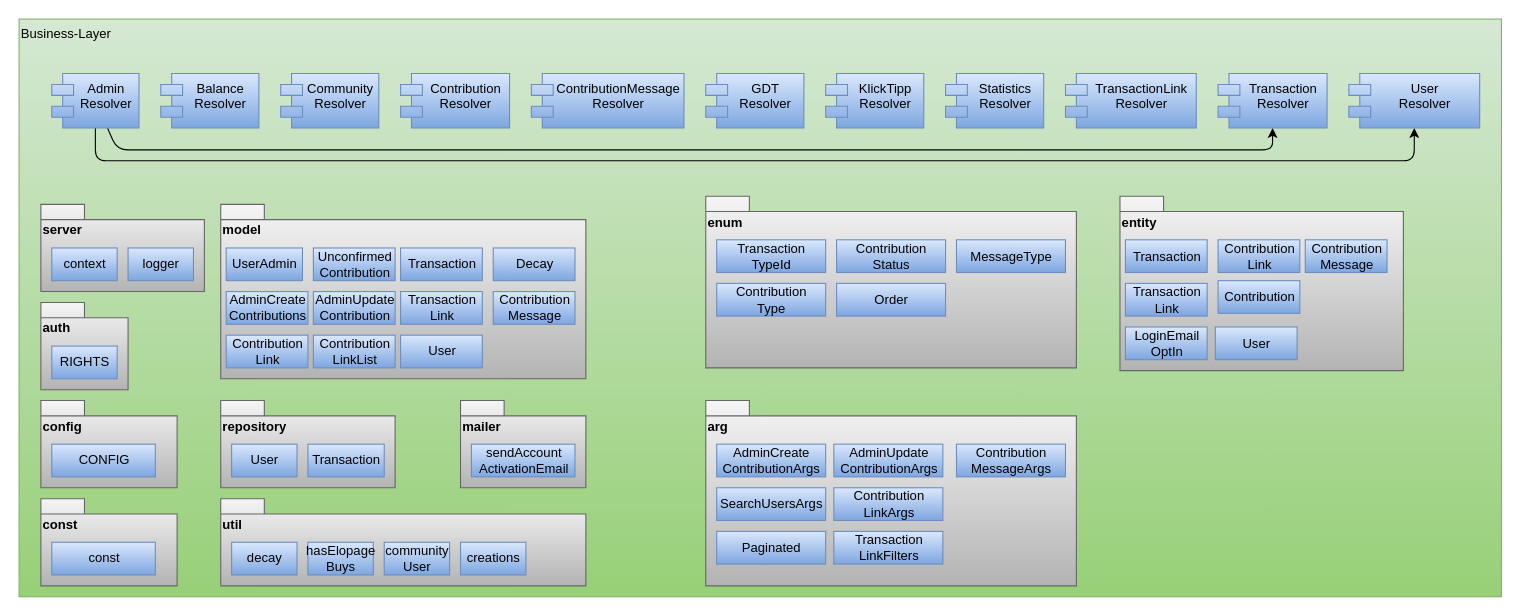
Earlier version of the draw.io diagram docu/Concepts/TechnicalRequirements/graphics/BusinessLayer-IST.drawio (gradido/gradido). Source tidied: cells renumbered, new cells numbered last; positions are measured from the earlier drawing's top-left corner, leaving out a move shared by most shapes. Both pictures are drawn from the tidied source at 109%, with x=0, y=0 at pixel (19, 19).
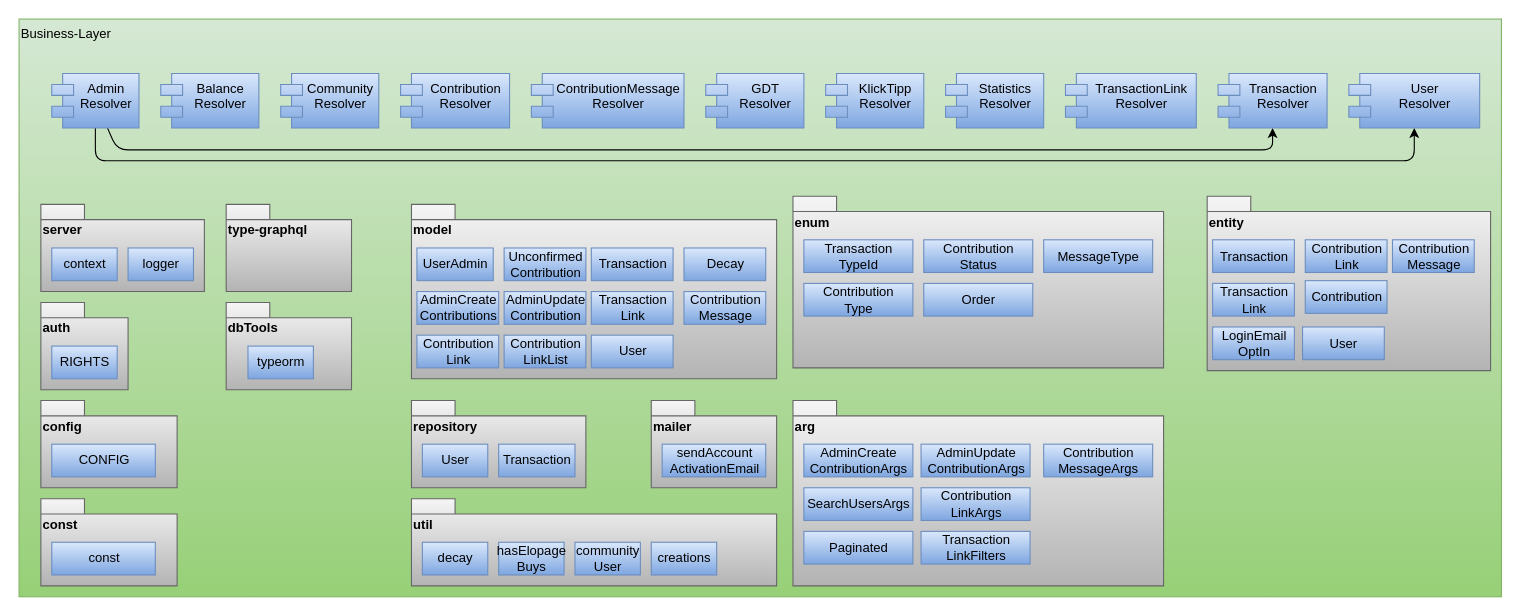
Above is the later version.

The edit, as a diff of the source:
```diff
@@
     <mxCell id="19" value="model" style="shape=folder;fontStyle=1;spacingTop=10;tabWidth=40;tabHeight=14;tabPosition=left;html=1;align=left;verticalAlign=top;fillColor=#f5f5f5;gradientColor=#b3b3b3;strokeColor=#666666;" parent="1" vertex="1">
-      <mxGeometry x="185" y="170" width="335" height="160" as="geometry" />
+      <mxGeometry x="360" y="170" width="335" height="160" as="geometry" />
     </mxCell>
     <mxCell id="20" value="UserAdmin" style="html=1;fillColor=#dae8fc;gradientColor=#7ea6e0;strokeColor=#6c8ebf;" parent="1" vertex="1">
-      <mxGeometry x="190" y="210" width="70" height="30" as="geometry" />
+      <mxGeometry x="365" y="210" width="70" height="30" as="geometry" />
     </mxCell>
     <mxCell id="21" value="Unconfirmed&lt;br&gt;Contribution" style="html=1;fillColor=#dae8fc;gradientColor=#7ea6e0;strokeColor=#6c8ebf;" parent="1" vertex="1">
-      <mxGeometry x="270" y="210" width="75" height="30" as="geometry" />
+      <mxGeometry x="445" y="210" width="75" height="30" as="geometry" />
     </mxCell>
     <mxCell id="22" value="AdminCreate&lt;br&gt;Contributions" style="html=1;fillColor=#dae8fc;gradientColor=#7ea6e0;strokeColor=#6c8ebf;" parent="1" vertex="1">
-      <mxGeometry x="190" y="250" width="75" height="30" as="geometry" />
+      <mxGeometry x="365" y="250" width="75" height="30" as="geometry" />
     </mxCell>
     <mxCell id="23" value="AdminUpdate&lt;br&gt;Contribution" style="html=1;fillColor=#dae8fc;gradientColor=#7ea6e0;strokeColor=#6c8ebf;" parent="1" vertex="1">
-      <mxGeometry x="270" y="250" width="75" height="30" as="geometry" />
+      <mxGeometry x="445" y="250" width="75" height="30" as="geometry" />
     </mxCell>
     <mxCell id="24" value="Contribution&lt;br&gt;Link" style="html=1;fillColor=#dae8fc;gradientColor=#7ea6e0;strokeColor=#6c8ebf;" parent="1" vertex="1">
-      <mxGeometry x="190" y="290" width="75" height="30" as="geometry" />
+      <mxGeometry x="365" y="290" width="75" height="30" as="geometry" />
     </mxCell>
     <mxCell id="25" value="Contribution&lt;br&gt;LinkList" style="html=1;fillColor=#dae8fc;gradientColor=#7ea6e0;strokeColor=#6c8ebf;" parent="1" vertex="1">
-      <mxGeometry x="270" y="290" width="75" height="30" as="geometry" />
+      <mxGeometry x="445" y="290" width="75" height="30" as="geometry" />
     </mxCell>
@@
     <mxCell id="28" value="repository" style="shape=folder;fontStyle=1;spacingTop=10;tabWidth=40;tabHeight=14;tabPosition=left;html=1;align=left;verticalAlign=top;fillColor=#f5f5f5;gradientColor=#b3b3b3;strokeColor=#666666;" parent="1" vertex="1">
-      <mxGeometry x="185" y="350" width="160" height="80" as="geometry" />
+      <mxGeometry x="360" y="350" width="160" height="80" as="geometry" />
     </mxCell>
     <mxCell id="29" value="User" style="html=1;fillColor=#dae8fc;gradientColor=#7ea6e0;strokeColor=#6c8ebf;" parent="1" vertex="1">
-      <mxGeometry x="195" y="390" width="60" height="30" as="geometry" />
+      <mxGeometry x="370" y="390" width="60" height="30" as="geometry" />
     </mxCell>
     <mxCell id="30" value="arg" style="shape=folder;fontStyle=1;spacingTop=10;tabWidth=40;tabHeight=14;tabPosition=left;html=1;align=left;verticalAlign=top;fillColor=#f5f5f5;gradientColor=#b3b3b3;strokeColor=#666666;" parent="1" vertex="1">
-      <mxGeometry x="630" y="350" width="340" height="170" as="geometry" />
+      <mxGeometry x="710" y="350" width="340" height="170" as="geometry" />
     </mxCell>
     <mxCell id="31" value="AdminCreate&lt;br&gt;ContributionArgs" style="html=1;fillColor=#dae8fc;gradientColor=#7ea6e0;strokeColor=#6c8ebf;" parent="1" vertex="1">
-      <mxGeometry x="640" y="390" width="100" height="30" as="geometry" />
+      <mxGeometry x="720" y="390" width="100" height="30" as="geometry" />
     </mxCell>
     <mxCell id="32" value="AdminUpdate&lt;br&gt;ContributionArgs" style="html=1;fillColor=#dae8fc;gradientColor=#7ea6e0;strokeColor=#6c8ebf;" parent="1" vertex="1">
-      <mxGeometry x="747.5" y="390" width="100" height="30" as="geometry" />
+      <mxGeometry x="827.5" y="390" width="100" height="30" as="geometry" />
     </mxCell>
     <mxCell id="33" value="SearchUsersArgs" style="html=1;fillColor=#dae8fc;gradientColor=#7ea6e0;strokeColor=#6c8ebf;" parent="1" vertex="1">
-      <mxGeometry x="640" y="430" width="100" height="30" as="geometry" />
+      <mxGeometry x="720" y="430" width="100" height="30" as="geometry" />
     </mxCell>
     <mxCell id="34" value="Contribution&lt;br&gt;LinkArgs" style="html=1;fillColor=#dae8fc;gradientColor=#7ea6e0;strokeColor=#6c8ebf;" parent="1" vertex="1">
-      <mxGeometry x="747.5" y="430" width="100" height="30" as="geometry" />
+      <mxGeometry x="827.5" y="430" width="100" height="30" as="geometry" />
     </mxCell>
     <mxCell id="35" value="entity" style="shape=folder;fontStyle=1;spacingTop=10;tabWidth=40;tabHeight=14;tabPosition=left;html=1;align=left;verticalAlign=top;fillColor=#f5f5f5;gradientColor=#b3b3b3;strokeColor=#666666;" parent="1" vertex="1">
-      <mxGeometry x="1010" y="162.5" width="260" height="160" as="geometry" />
+      <mxGeometry x="1090" y="162.5" width="260" height="160" as="geometry" />
     </mxCell>
     <mxCell id="36" value="Transaction" style="html=1;fillColor=#dae8fc;gradientColor=#7ea6e0;strokeColor=#6c8ebf;" parent="1" vertex="1">
-      <mxGeometry x="1015" y="202.5" width="75" height="30" as="geometry" />
+      <mxGeometry x="1095" y="202.5" width="75" height="30" as="geometry" />
     </mxCell>
     <mxCell id="37" value="Contribution&lt;br&gt;Link" style="html=1;fillColor=#dae8fc;gradientColor=#7ea6e0;strokeColor=#6c8ebf;" parent="1" vertex="1">
-      <mxGeometry x="1100" y="202.5" width="75" height="30" as="geometry" />
+      <mxGeometry x="1180" y="202.5" width="75" height="30" as="geometry" />
     </mxCell>
     <mxCell id="38" value="Transaction&lt;br&gt;Link" style="html=1;fillColor=#dae8fc;gradientColor=#7ea6e0;strokeColor=#6c8ebf;" parent="1" vertex="1">
-      <mxGeometry x="1015" y="242.5" width="75" height="30" as="geometry" />
+      <mxGeometry x="1095" y="242.5" width="75" height="30" as="geometry" />
     </mxCell>
     <mxCell id="39" value="Transaction" style="html=1;fillColor=#dae8fc;gradientColor=#7ea6e0;strokeColor=#6c8ebf;" parent="1" vertex="1">
-      <mxGeometry x="350" y="210" width="75" height="30" as="geometry" />
+      <mxGeometry x="525" y="210" width="75" height="30" as="geometry" />
     </mxCell>
     <mxCell id="40" value="Transaction&lt;br&gt;Link" style="html=1;fillColor=#dae8fc;gradientColor=#7ea6e0;strokeColor=#6c8ebf;" parent="1" vertex="1">
-      <mxGeometry x="350" y="250" width="75" height="30" as="geometry" />
+      <mxGeometry x="525" y="250" width="75" height="30" as="geometry" />
     </mxCell>
     <mxCell id="41" value="Transaction" style="html=1;fillColor=#dae8fc;gradientColor=#7ea6e0;strokeColor=#6c8ebf;" parent="1" vertex="1">
-      <mxGeometry x="265" y="390" width="70" height="30" as="geometry" />
+      <mxGeometry x="440" y="390" width="70" height="30" as="geometry" />
     </mxCell>
     <mxCell id="42" value="util" style="shape=folder;fontStyle=1;spacingTop=10;tabWidth=40;tabHeight=14;tabPosition=left;html=1;align=left;verticalAlign=top;fillColor=#f5f5f5;gradientColor=#b3b3b3;strokeColor=#666666;" parent="1" vertex="1">
-      <mxGeometry x="185" y="440" width="335" height="80" as="geometry" />
+      <mxGeometry x="360" y="440" width="335" height="80" as="geometry" />
     </mxCell>
     <mxCell id="43" value="decay" style="html=1;fillColor=#dae8fc;gradientColor=#7ea6e0;strokeColor=#6c8ebf;" parent="1" vertex="1">
-      <mxGeometry x="195" y="480" width="60" height="30" as="geometry" />
+      <mxGeometry x="370" y="480" width="60" height="30" as="geometry" />
     </mxCell>
     <mxCell id="44" value="Contribution" style="html=1;fillColor=#dae8fc;gradientColor=#7ea6e0;strokeColor=#6c8ebf;" parent="1" vertex="1">
-      <mxGeometry x="1100" y="240" width="75" height="30" as="geometry" />
+      <mxGeometry x="1180" y="240" width="75" height="30" as="geometry" />
     </mxCell>
     <mxCell id="45" value="hasElopage&lt;br&gt;Buys" style="html=1;fillColor=#dae8fc;gradientColor=#7ea6e0;strokeColor=#6c8ebf;" parent="1" vertex="1">
-      <mxGeometry x="265" y="480" width="60" height="30" as="geometry" />
+      <mxGeometry x="440" y="480" width="60" height="30" as="geometry" />
     </mxCell>
     <mxCell id="46" value="LoginEmail&lt;br&gt;OptIn" style="html=1;fillColor=#dae8fc;gradientColor=#7ea6e0;strokeColor=#6c8ebf;" parent="1" vertex="1">
-      <mxGeometry x="1015" y="282.5" width="75" height="30" as="geometry" />
+      <mxGeometry x="1095" y="282.5" width="75" height="30" as="geometry" />
     </mxCell>
     <mxCell id="47" value="User" style="html=1;fillColor=#dae8fc;gradientColor=#7ea6e0;strokeColor=#6c8ebf;" parent="1" vertex="1">
-      <mxGeometry x="1097.5" y="282.5" width="75" height="30" as="geometry" />
+      <mxGeometry x="1177.5" y="282.5" width="75" height="30" as="geometry" />
     </mxCell>
     <mxCell id="48" value="User" style="html=1;fillColor=#dae8fc;gradientColor=#7ea6e0;strokeColor=#6c8ebf;" parent="1" vertex="1">
-      <mxGeometry x="350" y="290" width="75" height="30" as="geometry" />
+      <mxGeometry x="525" y="290" width="75" height="30" as="geometry" />
     </mxCell>
     <mxCell id="49" value="enum" style="shape=folder;fontStyle=1;spacingTop=10;tabWidth=40;tabHeight=14;tabPosition=left;html=1;align=left;verticalAlign=top;fillColor=#f5f5f5;gradientColor=#b3b3b3;strokeColor=#666666;" parent="1" vertex="1">
-      <mxGeometry x="630" y="162.5" width="340" height="157.5" as="geometry" />
+      <mxGeometry x="710" y="162.5" width="340" height="157.5" as="geometry" />
     </mxCell>
     <mxCell id="50" value="Transaction&lt;br&gt;TypeId" style="html=1;fillColor=#dae8fc;gradientColor=#7ea6e0;strokeColor=#6c8ebf;" parent="1" vertex="1">
-      <mxGeometry x="640" y="202.5" width="100" height="30" as="geometry" />
+      <mxGeometry x="720" y="202.5" width="100" height="30" as="geometry" />
     </mxCell>
     <mxCell id="51" value="Contribution&lt;br&gt;Type" style="html=1;fillColor=#dae8fc;gradientColor=#7ea6e0;strokeColor=#6c8ebf;" parent="1" vertex="1">
-      <mxGeometry x="640" y="242.5" width="100" height="30" as="geometry" />
+      <mxGeometry x="720" y="242.5" width="100" height="30" as="geometry" />
     </mxCell>
     <mxCell id="52" value="Contribution&lt;br&gt;Status" style="html=1;fillColor=#dae8fc;gradientColor=#7ea6e0;strokeColor=#6c8ebf;" parent="1" vertex="1">
-      <mxGeometry x="750" y="202.5" width="100" height="30" as="geometry" />
+      <mxGeometry x="830" y="202.5" width="100" height="30" as="geometry" />
     </mxCell>
     <mxCell id="53" value="Decay" style="html=1;fillColor=#dae8fc;gradientColor=#7ea6e0;strokeColor=#6c8ebf;" parent="1" vertex="1">
-      <mxGeometry x="435" y="210" width="75" height="30" as="geometry" />
+      <mxGeometry x="610" y="210" width="75" height="30" as="geometry" />
     </mxCell>
     <mxCell id="54" value="Paginated" style="html=1;fillColor=#dae8fc;gradientColor=#7ea6e0;strokeColor=#6c8ebf;" parent="1" vertex="1">
-      <mxGeometry x="640" y="470" width="100" height="30" as="geometry" />
+      <mxGeometry x="720" y="470" width="100" height="30" as="geometry" />
     </mxCell>
     <mxCell id="55" value="Transaction&lt;br&gt;LinkFilters" style="html=1;fillColor=#dae8fc;gradientColor=#7ea6e0;strokeColor=#6c8ebf;" parent="1" vertex="1">
-      <mxGeometry x="747.5" y="470" width="100" height="30" as="geometry" />
+      <mxGeometry x="827.5" y="470" width="100" height="30" as="geometry" />
     </mxCell>
     <mxCell id="56" value="Order" style="html=1;fillColor=#dae8fc;gradientColor=#7ea6e0;strokeColor=#6c8ebf;" parent="1" vertex="1">
-      <mxGeometry x="750" y="242.5" width="100" height="30" as="geometry" />
+      <mxGeometry x="830" y="242.5" width="100" height="30" as="geometry" />
     </mxCell>
     <mxCell id="57" value="community&lt;br&gt;User" style="html=1;fillColor=#dae8fc;gradientColor=#7ea6e0;strokeColor=#6c8ebf;" parent="1" vertex="1">
-      <mxGeometry x="335" y="480" width="60" height="30" as="geometry" />
+      <mxGeometry x="510" y="480" width="60" height="30" as="geometry" />
     </mxCell>
     <mxCell id="58" value="mailer" style="shape=folder;fontStyle=1;spacingTop=10;tabWidth=40;tabHeight=14;tabPosition=left;html=1;align=left;verticalAlign=top;fillColor=#f5f5f5;gradientColor=#b3b3b3;strokeColor=#666666;" parent="1" vertex="1">
-      <mxGeometry x="405" y="350" width="115" height="80" as="geometry" />
+      <mxGeometry x="580" y="350" width="115" height="80" as="geometry" />
     </mxCell>
     <mxCell id="59" value="sendAccount&lt;br&gt;ActivationEmail" style="html=1;fillColor=#dae8fc;gradientColor=#7ea6e0;strokeColor=#6c8ebf;" parent="1" vertex="1">
-      <mxGeometry x="415" y="390" width="95" height="30" as="geometry" />
+      <mxGeometry x="590" y="390" width="95" height="30" as="geometry" />
     </mxCell>
@@
     <mxCell id="62" value="creations" style="html=1;fillColor=#dae8fc;gradientColor=#7ea6e0;strokeColor=#6c8ebf;" parent="1" vertex="1">
-      <mxGeometry x="405" y="480" width="60" height="30" as="geometry" />
+      <mxGeometry x="580" y="480" width="60" height="30" as="geometry" />
     </mxCell>
@@
     <mxCell id="65" value="Contribution&lt;br&gt;Message" style="html=1;fillColor=#dae8fc;gradientColor=#7ea6e0;strokeColor=#6c8ebf;" parent="1" vertex="1">
-      <mxGeometry x="1180" y="202.5" width="75" height="30" as="geometry" />
+      <mxGeometry x="1260" y="202.5" width="75" height="30" as="geometry" />
     </mxCell>
     <mxCell id="66" value="Contribution&lt;br&gt;MessageArgs" style="html=1;fillColor=#dae8fc;gradientColor=#7ea6e0;strokeColor=#6c8ebf;" parent="1" vertex="1">
-      <mxGeometry x="860" y="390" width="100" height="30" as="geometry" />
+      <mxGeometry x="940" y="390" width="100" height="30" as="geometry" />
     </mxCell>
     <mxCell id="67" value="MessageType" style="html=1;fillColor=#dae8fc;gradientColor=#7ea6e0;strokeColor=#6c8ebf;" parent="1" vertex="1">
-      <mxGeometry x="860" y="202.5" width="100" height="30" as="geometry" />
+      <mxGeometry x="940" y="202.5" width="100" height="30" as="geometry" />
     </mxCell>
     <mxCell id="68" value="Contribution&lt;br&gt;Message" style="html=1;fillColor=#dae8fc;gradientColor=#7ea6e0;strokeColor=#6c8ebf;" parent="1" vertex="1">
-      <mxGeometry x="435" y="250" width="75" height="30" as="geometry" />
+      <mxGeometry x="610" y="250" width="75" height="30" as="geometry" />
     </mxCell>
+    <mxCell id="69" value="type-graphql" style="shape=folder;fontStyle=1;spacingTop=10;tabWidth=40;tabHeight=14;tabPosition=left;html=1;align=left;verticalAlign=top;fillColor=#f5f5f5;gradientColor=#b3b3b3;strokeColor=#666666;" parent="1" vertex="1">
+      <mxGeometry x="190" y="170" width="115" height="80" as="geometry" />
+    </mxCell>
+    <mxCell id="70" value="dbTools" style="shape=folder;fontStyle=1;spacingTop=10;tabWidth=40;tabHeight=14;tabPosition=left;html=1;align=left;verticalAlign=top;fillColor=#f5f5f5;gradientColor=#b3b3b3;strokeColor=#666666;" parent="1" vertex="1">
+      <mxGeometry x="190" y="260" width="115" height="80" as="geometry" />
+    </mxCell>
+    <mxCell id="71" value="typeorm" style="html=1;fillColor=#dae8fc;gradientColor=#7ea6e0;strokeColor=#6c8ebf;" parent="1" vertex="1">
+      <mxGeometry x="210" y="300" width="60" height="30" as="geometry" />
+    </mxCell>
```
